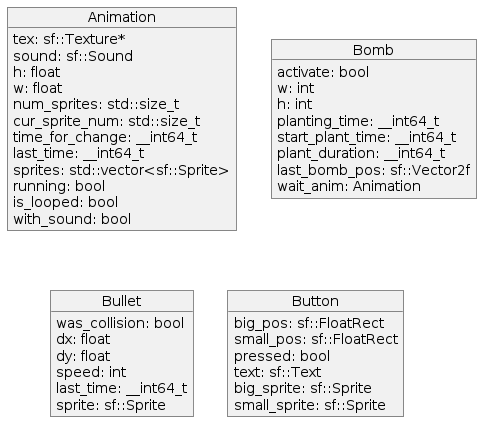
Before: docs/pictures/structs_diag.png, a diagram exported from PlantUML (GeorgiiZaharov/Labirinth-game).
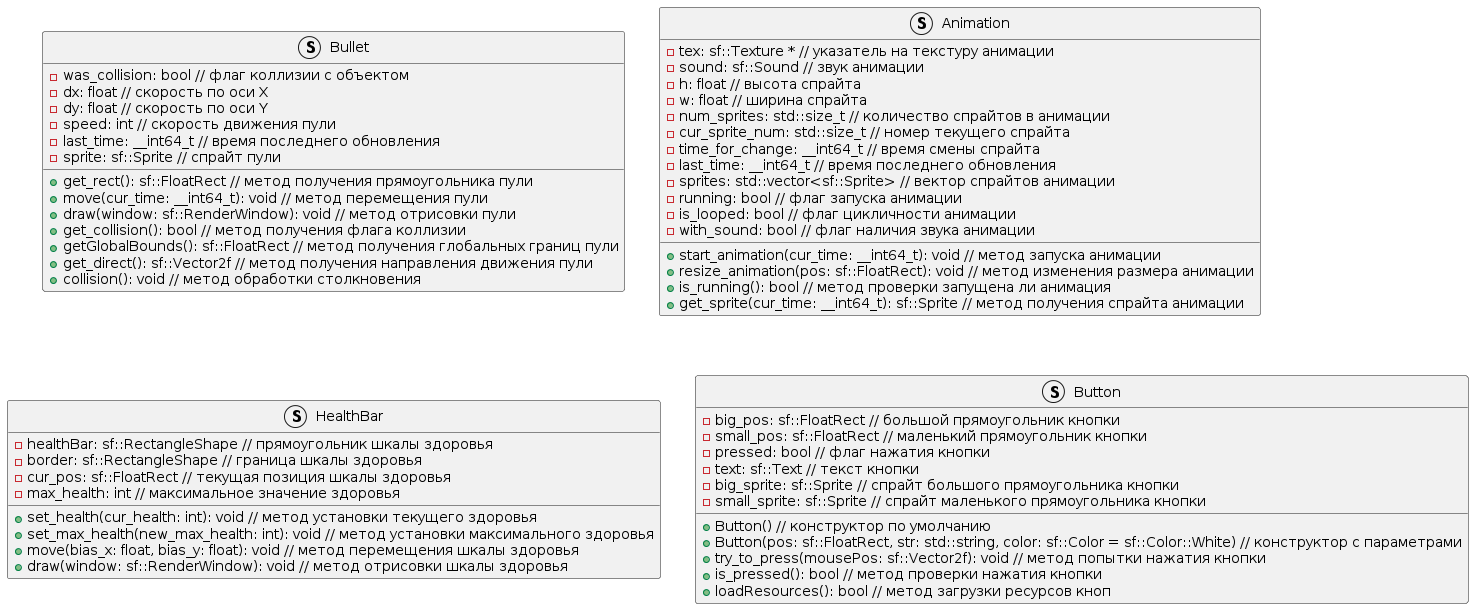
Later version of the same file.

Diff of the diagram source:
```diff
@@ -1,45 +1,65 @@
 @startuml
-object Animation {
-    tex: sf::Texture*
-    sound: sf::Sound
-    h: float
-    w: float
-    num_sprites: std::size_t
-    cur_sprite_num: std::size_t
-    time_for_change: __int64_t
-    last_time: __int64_t
-    sprites: std::vector<sf::Sprite>
-    running: bool
-    is_looped: bool
-    with_sound: bool
+struct Bullet {
+    - was_collision: bool // флаг коллизии с объектом
+    - dx: float // скорость по оси X
+    - dy: float // скорость по оси Y
+    - speed: int // скорость движения пули
+    - last_time: __int64_t // время последнего обновления
+    - sprite: sf::Sprite // спрайт пули
+
+    + get_rect(): sf::FloatRect // метод получения прямоугольника пули
+    + move(cur_time: __int64_t): void // метод перемещения пули
+    + draw(window: sf::RenderWindow): void // метод отрисовки пули
+    + get_collision(): bool // метод получения флага коллизии
+    + getGlobalBounds(): sf::FloatRect // метод получения глобальных границ пули
+    + get_direct(): sf::Vector2f // метод получения направления движения пули
+    + collision(): void // метод обработки столкновения
 }
 
-object Bomb {
-    activate: bool
-    w: int
-    h: int
-    planting_time: __int64_t
-    start_plant_time: __int64_t
-    plant_duration: __int64_t
-    last_bomb_pos: sf::Vector2f
-    wait_anim: Animation
+struct Animation {
+    - tex: sf::Texture * // указатель на текстуру анимации
+    - sound: sf::Sound // звук анимации
+    - h: float // высота спрайта
+    - w: float // ширина спрайта
+    - num_sprites: std::size_t // количество спрайтов в анимации
+    - cur_sprite_num: std::size_t // номер текущего спрайта
+    - time_for_change: __int64_t // время смены спрайта
+    - last_time: __int64_t // время последнего обновления
+    - sprites: std::vector<sf::Sprite> // вектор спрайтов анимации
+    - running: bool // флаг запуска анимации
+    - is_looped: bool // флаг цикличности анимации
+    - with_sound: bool // флаг наличия звука анимации
+
+    + start_animation(cur_time: __int64_t): void // метод запуска анимации
+    + resize_animation(pos: sf::FloatRect): void // метод изменения размера анимации
+    + is_running(): bool // метод проверки запущена ли анимация
+    + get_sprite(cur_time: __int64_t): sf::Sprite // метод получения спрайта анимации
 }
 
-object Bullet {
-    was_collision: bool
-    dx: float
-    dy: float
-    speed: int
-    last_time: __int64_t
-    sprite: sf::Sprite
+struct HealthBar {
+    - healthBar: sf::RectangleShape // прямоугольник шкалы здоровья
+    - border: sf::RectangleShape // граница шкалы здоровья
+    - cur_pos: sf::FloatRect // текущая позиция шкалы здоровья
+    - max_health: int // максимальное значение здоровья
+
+    + set_health(cur_health: int): void // метод установки текущего здоровья
+    + set_max_health(new_max_health: int): void // метод установки максимального здоровья
+    + move(bias_x: float, bias_y: float): void // метод перемещения шкалы здоровья
+    + draw(window: sf::RenderWindow): void // метод отрисовки шкалы здоровья
 }
 
-object Button {
-    big_pos: sf::FloatRect
-    small_pos: sf::FloatRect
-    pressed: bool
-    text: sf::Text
-    big_sprite: sf::Sprite
-    small_sprite: sf::Sprite
+struct Button {
+    - big_pos: sf::FloatRect // большой прямоугольник кнопки
+    - small_pos: sf::FloatRect // маленький прямоугольник кнопки
+    - pressed: bool // флаг нажатия кнопки
+    - text: sf::Text // текст кнопки
+    - big_sprite: sf::Sprite // спрайт большого прямоугольника кнопки
+    - small_sprite: sf::Sprite // спрайт маленького прямоугольника кнопки
+
+    + Button() // конструктор по умолчанию
+    + Button(pos: sf::FloatRect, str: std::string, color: sf::Color = sf::Color::White) // конструктор с параметрами
+    + try_to_press(mousePos: sf::Vector2f): void // метод попытки нажатия кнопки
+    + is_pressed(): bool // метод проверки нажатия кнопки
+    + loadResources(): bool // метод загрузки ресурсов кноп
 }
 @enduml
```
